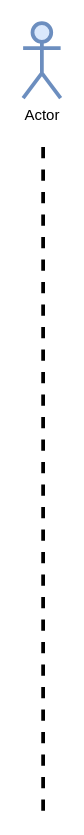
hlxia/superjs keeps this draw.io diagram as 未命名绘图.drawio. Above is the earlier version. Source tidied: cells renumbered, new cells numbered last; positions are measured from the earlier drawing's top-left corner, leaving out a move shared by most shapes. Both pictures are drawn from the tidied source at 125%, with x=0, y=0 at pixel (22, 22).
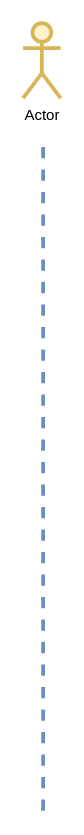
The same page after the edit.

Commit message:
更新未命名绘图.drawio

Diff of the diagram source:
```diff
@@
 <mxGraphModel>
   <root>
     <mxCell id="0" />
     <mxCell id="1" parent="0" />
-    <mxCell id="2" style="endArrow=none;dashed=1;html=1;rounded=0;targetPerimeterSpacing=10;strokeWidth=3;" parent="1" edge="1">
+    <mxCell id="2" style="endArrow=none;dashed=1;html=1;rounded=0;targetPerimeterSpacing=10;strokeWidth=3;fillColor=#dae8fc;strokeColor=#6c8ebf;" parent="1" edge="1">
       <mxGeometry relative="1" as="geometry">
         <mxPoint x="16" y="630" as="sourcePoint" />
         <mxPoint x="16" y="90" as="targetPoint" />
       </mxGeometry>
     </mxCell>
-    <mxCell id="3" value="Actor" style="shape=umlActor;verticalLabelPosition=bottom;verticalAlign=top;html=1;fillStyle=solid;strokeWidth=3;fillColor=#dae8fc;strokeColor=#6c8ebf;" parent="1" vertex="1">
+    <mxCell id="3" value="Actor" style="shape=umlActor;verticalLabelPosition=bottom;verticalAlign=top;html=1;fillStyle=solid;strokeWidth=3;fillColor=#fff2cc;strokeColor=#d6b656;" parent="1" vertex="1">
       <mxGeometry width="30" height="60" as="geometry" />
     </mxCell>
   </root>
 </mxGraphModel>
```
